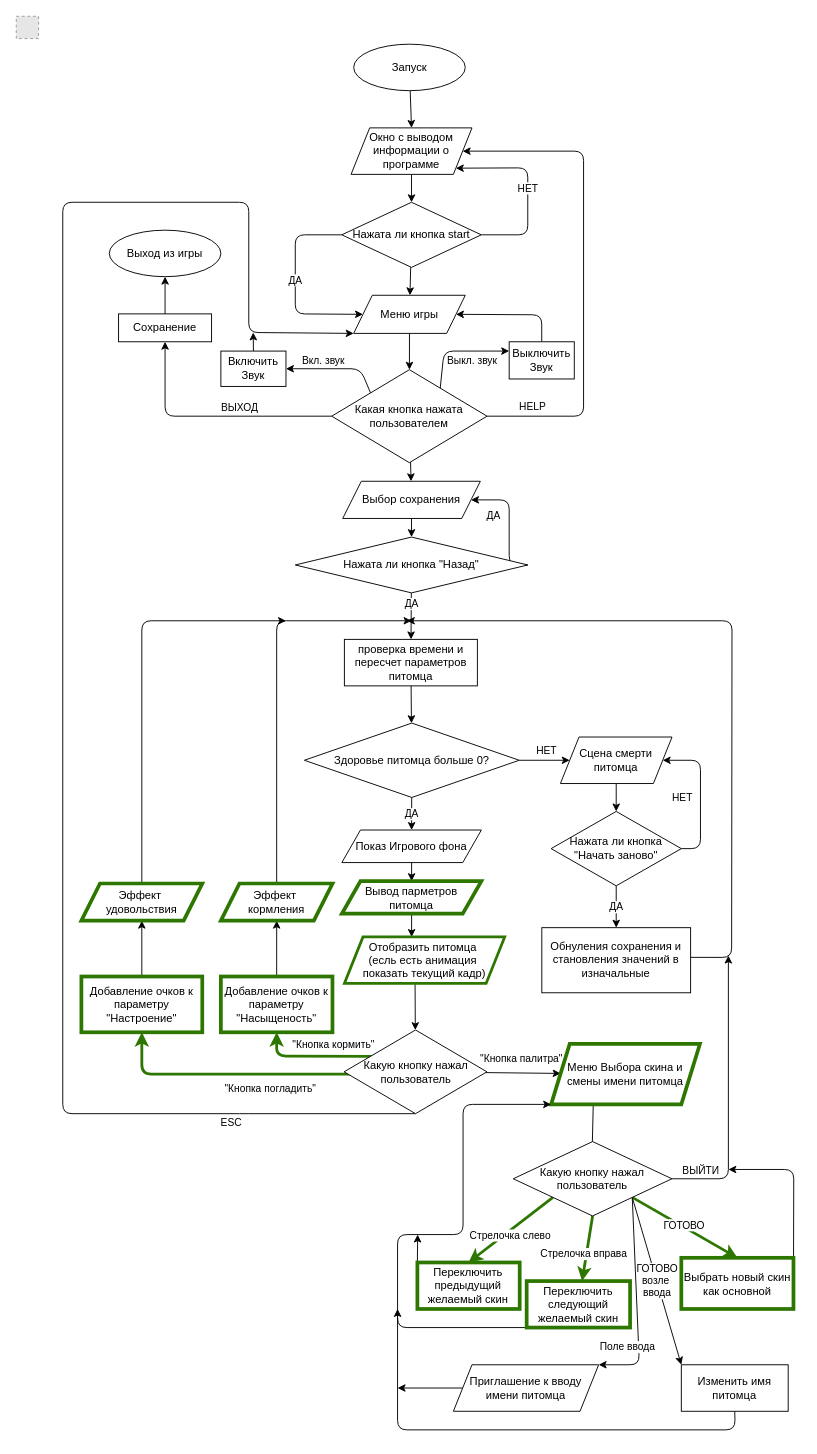
Ivan-proger/Tamagotchi_SDL2 keeps this draw.io diagram as shemes/functional(ivan).drawio. Above is the earlier version. Source tidied: cells renumbered, new cells numbered last; positions are measured from the earlier drawing's top-left corner, leaving out a move shared by most shapes. Both pictures are drawn from the tidied source at 93%, with x=0, y=0 at pixel (16, 16). Pictures stored in the file or linked from it are replaced by grey dashed boxes.
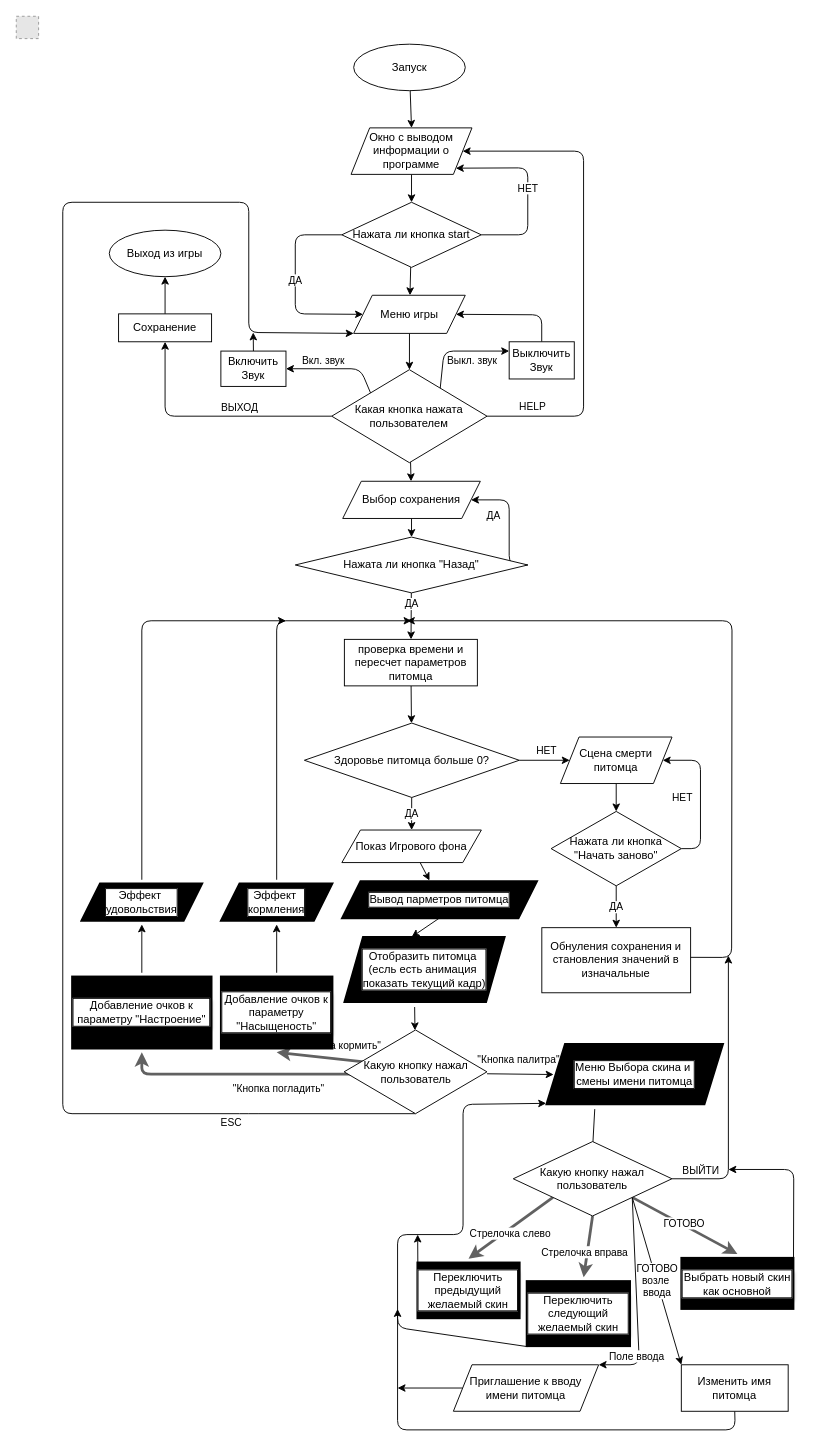
After the change.

The change refers to these unchanged cells:
```xml
<mxCell id="41" value="Показ Игрового фона" style="shape=parallelogram;perimeter=parallelogramPerimeter;whiteSpace=wrap;html=1;fixedSize=1;" parent="1" vertex="1">
  <mxGeometry x="350.1" y="875" width="150" height="35" as="geometry" />
</mxCell>
<mxCell id="51" value="Какую кнопку нажал пользователь" style="rhombus;whiteSpace=wrap;html=1;fontStyle=0;" parent="1" vertex="1">
  <mxGeometry x="352.5" y="1090" width="153.6" height="90" as="geometry" />
</mxCell>
<mxCell id="76" style="edgeStyle=none;html=1;exitX=1;exitY=1;exitDx=0;exitDy=0;entryX=1;entryY=0;entryDx=0;entryDy=0;" parent="1" edge="1" source="78" target="88">
  <mxGeometry relative="1" as="geometry">
    <Array as="points">
      <mxPoint x="670" y="1450" />
    </Array>
  </mxGeometry>
</mxCell>
<mxCell id="78" value="Какую кнопку нажал пользователь" style="rhombus;whiteSpace=wrap;html=1;" parent="1" vertex="1">
  <mxGeometry x="534.4" y="1210" width="170.6" height="80" as="geometry" />
</mxCell>
```

What changed in the source:
```diff
@@
-    <mxCell id="4" value="&quot;Кнопка погладить&quot;" style="edgeStyle=none;html=1;exitX=0;exitY=0.5;exitDx=0;exitDy=0;entryX=0.5;entryY=1;entryDx=0;entryDy=0;fillColor=#60a917;strokeColor=#2D7600;strokeWidth=3;" parent="1" edge="1" target="53">
+    <mxCell id="4" value="&quot;Кнопка погладить&quot;" style="edgeStyle=none;html=1;exitX=0;exitY=0.5;exitDx=0;exitDy=0;entryX=0.5;entryY=1;entryDx=0;entryDy=0;fillColor=#60a917;strokeColor=light-dark(#616161,#000000);strokeWidth=3;" parent="1" edge="1" target="53">
       <mxGeometry x="-0.17" y="15" relative="1" as="geometry">
         <mxPoint x="402.7" y="1137.5" as="sourcePoint" />
         <Array as="points">
           <mxPoint x="135" y="1137.5" />
         </Array>
       </mxGeometry>
     </mxCell>
@@
-    <mxCell id="40" style="edgeStyle=none;html=1;" parent="1" edge="1" source="41" target="43">
+    <mxCell id="40" style="edgeStyle=none;html=1;entryX=0.451;entryY=0.068;entryDx=0;entryDy=0;entryPerimeter=0;" parent="1" edge="1" source="41" target="43">
       <mxGeometry relative="1" as="geometry" />
     </mxCell>
@@
-    <mxCell id="42" style="edgeStyle=none;html=1;exitX=0.5;exitY=1;exitDx=0;exitDy=0;" parent="1" edge="1" source="43">
+    <mxCell id="42" style="edgeStyle=none;html=1;exitX=0.5;exitY=0.909;exitDx=0;exitDy=0;exitPerimeter=0;" parent="1" edge="1" source="43">
       <mxGeometry relative="1" as="geometry">
         <mxPoint x="425.1" y="990" as="targetPoint" />
       </mxGeometry>
     </mxCell>
-    <mxCell id="43" value="Вывод парметров питомца" style="shape=parallelogram;perimeter=parallelogramPerimeter;whiteSpace=wrap;html=1;fixedSize=1;fillColor=none;fontColor=light-dark(#000000,#000000);strokeColor=#2D7600;strokeWidth=4;rounded=0;shadow=0;" parent="1" vertex="1">
-      <mxGeometry x="350.1" y="930" width="150" height="35" as="geometry" />
+    <mxCell id="43" value="Вывод парметров питомца" style="shape=parallelogram;perimeter=parallelogramPerimeter;whiteSpace=wrap;html=1;fixedSize=1;strokeWidth=2;rounded=0;shadow=0;perimeterSpacing=4;fillStyle=zigzag-line;gradientColor=none;fillColor=light-dark(#9C9C9C,#3B3B3B);fontColor=light-dark(#000000,#000000);labelBackgroundColor=default;labelBorderColor=default;textShadow=1;" parent="1" vertex="1">
+      <mxGeometry x="350.1" y="930" width="209.9" height="40" as="geometry" />
     </mxCell>
@@
-    <mxCell id="45" value="Отобразить питомца &#10;(есль есть анимация &#10;показать текущий кадр)" style="shape=parallelogram;perimeter=parallelogramPerimeter;fixedSize=1;fontStyle=0;fillStyle=auto;fillColor=none;fontColor=light-dark(#000000,#000000);strokeColor=#2D7600;strokeWidth=3;perimeterSpacing=0;" parent="1" vertex="1">
-      <mxGeometry x="352.8" y="990" width="172.4" height="50" as="geometry" />
+    <mxCell id="45" value="Отобразить питомца&amp;nbsp;&lt;br&gt;(есль есть анимация&amp;nbsp;&lt;br&gt;показать текущий кадр)" style="shape=parallelogram;perimeter=parallelogramPerimeter;fixedSize=1;fontStyle=0;fillStyle=zigzag-line;strokeWidth=2;perimeterSpacing=4;shadow=0;rounded=0;gradientColor=none;fillColor=light-dark(#9C9C9C,#3B3B3B);fontColor=light-dark(#000000,#000000);labelBackgroundColor=default;labelBorderColor=default;textShadow=1;whiteSpace=wrap;html=1;" parent="1" vertex="1">
+      <mxGeometry x="352.8" y="990" width="172.4" height="70" as="geometry" />
     </mxCell>
-    <mxCell id="46" style="edgeStyle=none;html=1;exitX=0.195;exitY=0.315;exitDx=0;exitDy=0;entryX=0.5;entryY=1;entryDx=0;entryDy=0;exitPerimeter=0;fillColor=#60a917;strokeColor=#2D7600;strokeWidth=3;" parent="1" edge="1" source="51" target="55">
-      <mxGeometry relative="1" as="geometry">
-        <Array as="points">
-          <mxPoint x="280" y="1118" />
-        </Array>
-      </mxGeometry>
+    <mxCell id="46" style="edgeStyle=none;html=1;exitX=0.139;exitY=0.382;exitDx=0;exitDy=0;entryX=0.5;entryY=1;entryDx=0;entryDy=0;exitPerimeter=0;fillColor=#60a917;strokeColor=light-dark(#616161,#000000);strokeWidth=3;" parent="1" edge="1" source="51" target="55">
+      <mxGeometry relative="1" as="geometry" />
     </mxCell>
@@
-    <mxCell id="48" value="&quot;Кнопка палитра&quot;" style="edgeStyle=none;html=1;" parent="1" edge="1" source="51" target="66">
-      <mxGeometry x="-0.05" y="15" relative="1" as="geometry" />
+    <mxCell id="48" value="&quot;Кнопка палитра&quot;" style="edgeStyle=none;html=1;" parent="1" edge="1">
+      <mxGeometry x="-0.05" y="15" relative="1" as="geometry">
+        <mxPoint x="506.2" y="1137.1" as="sourcePoint" />
+        <mxPoint x="577.8" y="1137.9" as="targetPoint" />
+      </mxGeometry>
     </mxCell>
@@
-    <mxCell id="53" value="Добавление очков к параметру &quot;Настроение&quot;" style="rounded=0;whiteSpace=wrap;html=1;fillColor=none;fontColor=light-dark(#000000,#000000);strokeColor=#2D7600;perimeterSpacing=0;strokeWidth=4;" parent="1" vertex="1">
-      <mxGeometry x="70" y="1032.5" width="130" height="60" as="geometry" />
+    <mxCell id="53" value="Добавление очков к параметру &quot;Настроение&quot;" style="rounded=0;whiteSpace=wrap;html=1;perimeterSpacing=4;strokeWidth=2;shadow=0;fillStyle=zigzag-line;gradientColor=none;fillColor=light-dark(#9C9C9C,#3B3B3B);fontColor=light-dark(#000000,#000000);labelBackgroundColor=default;labelBorderColor=default;textShadow=1;" parent="1" vertex="1">
+      <mxGeometry x="60" y="1032.5" width="150" height="77.5" as="geometry" />
     </mxCell>
@@
-    <mxCell id="55" value="Добавление очков к параметру &quot;Насыщеность&quot;" style="rounded=0;fontColor=light-dark(#000000,#000000);textShadow=0;whiteSpace=wrap;fillColor=none;strokeColor=#2D7600;strokeWidth=4;html=1;glass=0;" parent="1" vertex="1">
-      <mxGeometry x="220" y="1032.5" width="120" height="60" as="geometry" />
+    <mxCell id="55" value="Добавление очков к параметру &quot;Насыщеность&quot;" style="rounded=0;textShadow=1;whiteSpace=wrap;strokeWidth=2;html=1;glass=0;shadow=0;perimeterSpacing=4;fillStyle=zigzag-line;gradientColor=none;fillColor=light-dark(#9C9C9C,#3B3B3B);fontColor=light-dark(#000000,#000000);labelBackgroundColor=default;labelBorderColor=default;" parent="1" vertex="1">
+      <mxGeometry x="220" y="1032.5" width="120" height="77.5" as="geometry" />
     </mxCell>
@@
-    <mxCell id="57" value="Эффект&amp;nbsp;&lt;br&gt;удовольствия" style="shape=parallelogram;perimeter=parallelogramPerimeter;whiteSpace=wrap;fixedSize=1;html=1;fillColor=none;fontColor=light-dark(#000000,#000000);strokeColor=#2D7600;perimeterSpacing=0;strokeWidth=4;" parent="1" vertex="1">
+    <mxCell id="57" value="Эффект&amp;nbsp;&lt;br&gt;удовольствия" style="shape=parallelogram;perimeter=parallelogramPerimeter;whiteSpace=wrap;fixedSize=1;html=1;perimeterSpacing=4;strokeWidth=2;shadow=0;rounded=0;fillStyle=zigzag-line;gradientColor=none;fillColor=light-dark(#9C9C9C,#3B3B3B);fontColor=light-dark(#000000,#000000);labelBackgroundColor=default;labelBorderColor=default;textShadow=1;" parent="1" vertex="1">
       <mxGeometry x="70" y="932.5" width="130" height="40" as="geometry" />
     </mxCell>
@@
-    <mxCell id="59" value="Эффект&amp;nbsp;&lt;br&gt;кормления" style="shape=parallelogram;perimeter=parallelogramPerimeter;fixedSize=1;whiteSpace=wrap;html=1;fillColor=none;fontColor=light-dark(#000000,#000000);strokeColor=#2D7600;perimeterSpacing=0;strokeWidth=4;" parent="1" vertex="1">
+    <mxCell id="59" value="Эффект&amp;nbsp;&lt;br&gt;кормления" style="shape=parallelogram;perimeter=parallelogramPerimeter;fixedSize=1;whiteSpace=wrap;html=1;perimeterSpacing=4;strokeWidth=2;shadow=0;rounded=0;fillStyle=zigzag-line;gradientColor=none;fillColor=light-dark(#9C9C9C,#3B3B3B);fontColor=light-dark(#000000,#000000);labelBackgroundColor=default;labelBorderColor=default;textShadow=1;" parent="1" vertex="1">
       <mxGeometry x="220" y="932.5" width="120" height="40" as="geometry" />
     </mxCell>
@@
-    <mxCell id="66" value="Меню Выбора скина и смены имени питомца" style="shape=parallelogram;perimeter=parallelogramPerimeter;whiteSpace=wrap;html=1;fixedSize=1;fillColor=none;fontColor=light-dark(#000000,#000000);strokeColor=#2D7600;strokeWidth=4;labelBackgroundColor=none;labelBorderColor=none;textShadow=0;" parent="1" vertex="1">
-      <mxGeometry x="575.1" y="1105" width="160" height="65" as="geometry" />
+    <mxCell id="66" value="Меню Выбора скина и&amp;nbsp;&lt;div&gt;смены имени питомца&lt;/div&gt;" style="shape=parallelogram;perimeter=parallelogramPerimeter;whiteSpace=wrap;html=1;fixedSize=1;strokeWidth=2;labelBackgroundColor=default;labelBorderColor=default;textShadow=1;shadow=0;rounded=0;perimeterSpacing=4;fillStyle=zigzag-line;gradientColor=none;fillColor=light-dark(#9C9C9C,#3B3B3B);fontColor=light-dark(#000000,#000000);" parent="1" vertex="1">
+      <mxGeometry x="570" y="1105" width="190" height="65" as="geometry" />
     </mxCell>
@@
-    <mxCell id="69" style="edgeStyle=none;html=1;exitX=0.5;exitY=1;exitDx=0;exitDy=0;fillColor=#60a917;strokeColor=#2D7600;fontColor=light-dark(#FFFFFF,#FFFFFF);strokeWidth=3;" parent="1" edge="1" source="78" target="80">
+    <mxCell id="69" style="edgeStyle=none;html=1;exitX=0.5;exitY=1;exitDx=0;exitDy=0;fillColor=#60a917;strokeColor=light-dark(#616161,#000000);fontColor=light-dark(#FFFFFF,#FFFFFF);strokeWidth=3;" parent="1" edge="1" source="78" target="80">
       <mxGeometry relative="1" as="geometry" />
     </mxCell>
@@
-    <mxCell id="71" style="edgeStyle=none;html=1;exitX=0;exitY=1;exitDx=0;exitDy=0;entryX=0.5;entryY=0;entryDx=0;entryDy=0;fillColor=#60a917;strokeColor=#2D7600;fontColor=light-dark(#FFFFFF,#FFFFFF);strokeWidth=3;" parent="1" edge="1" source="78" target="82">
+    <mxCell id="71" style="edgeStyle=none;html=1;exitX=0;exitY=1;exitDx=0;exitDy=0;entryX=0.5;entryY=0;entryDx=0;entryDy=0;fillColor=#60a917;strokeColor=light-dark(#616161,#000000);fontColor=light-dark(#FFFFFF,#FFFFFF);strokeWidth=3;" parent="1" edge="1" source="78" target="82">
       <mxGeometry relative="1" as="geometry" />
     </mxCell>
@@
-    <mxCell id="73" style="edgeStyle=none;html=1;exitX=1;exitY=1;exitDx=0;exitDy=0;entryX=0.5;entryY=0;entryDx=0;entryDy=0;fillColor=#60a917;strokeColor=#2D7600;fontColor=light-dark(#FFFFFF,#FFFFFF);strokeWidth=3;" parent="1" edge="1" source="78" target="84">
+    <mxCell id="73" style="edgeStyle=none;html=1;exitX=1;exitY=1;exitDx=0;exitDy=0;entryX=0.5;entryY=0;entryDx=0;entryDy=0;fillColor=#60a917;strokeColor=light-dark(#616161,#000000);fontColor=light-dark(#FFFFFF,#FFFFFF);strokeWidth=3;" parent="1" edge="1" source="78" target="84">
       <mxGeometry relative="1" as="geometry" />
     </mxCell>
@@
     <mxCell id="77" value="Поле ввода" style="edgeLabel;html=1;align=center;verticalAlign=middle;" parent="76" vertex="1">
       <mxGeometry x="0.78" y="-2" relative="1" as="geometry">
-        <mxPoint x="5" y="-18" as="offset" />
+        <mxPoint x="15" y="-8" as="offset" />
       </mxGeometry>
     </mxCell>
@@
-    <mxCell id="79" style="edgeStyle=none;html=1;exitX=0;exitY=1;exitDx=0;exitDy=0;entryX=0;entryY=1;entryDx=0;entryDy=0;" parent="1" edge="1" source="80" target="66">
+    <mxCell id="79" style="edgeStyle=none;html=1;entryX=0.019;entryY=0.93;entryDx=0;entryDy=0;exitX=0.04;exitY=0.955;exitDx=0;exitDy=0;exitPerimeter=0;entryPerimeter=0;" parent="1" edge="1" source="80" target="66">
       <mxGeometry relative="1" as="geometry">
         <Array as="points">
           <mxPoint x="410" y="1410" />
           <mxPoint x="410" y="1310" />
           <mxPoint x="480.4" y="1310" />
           <mxPoint x="480.4" y="1170" />
         </Array>
       </mxGeometry>
     </mxCell>
-    <mxCell id="80" value="Переключить следующий желаемый скин" style="whiteSpace=wrap;html=1;fillColor=none;fontColor=light-dark(#000000,#000000);strokeColor=#2D7600;strokeWidth=4;" parent="1" vertex="1">
-      <mxGeometry x="548.8" y="1360" width="111.2" height="50" as="geometry" />
+    <mxCell id="80" value="Переключить следующий желаемый скин" style="whiteSpace=wrap;html=1;strokeWidth=2;shadow=0;rounded=0;perimeterSpacing=4;fillStyle=zigzag-line;gradientColor=none;fillColor=light-dark(#9C9C9C,#3B3B3B);fontColor=light-dark(#000000,#000000);labelBackgroundColor=default;labelBorderColor=default;textShadow=1;" parent="1" vertex="1">
+      <mxGeometry x="548.8" y="1360" width="111.2" height="70" as="geometry" />
     </mxCell>
-    <mxCell id="81" style="edgeStyle=none;html=1;exitX=0;exitY=0;exitDx=0;exitDy=0;" parent="1" edge="1" source="82">
+    <mxCell id="81" style="edgeStyle=none;html=1;exitX=0.038;exitY=0.071;exitDx=0;exitDy=0;exitPerimeter=0;" parent="1" edge="1" source="82">
       <mxGeometry relative="1" as="geometry">
         <mxPoint x="431.6" y="1310" as="targetPoint" />
       </mxGeometry>
     </mxCell>
-    <mxCell id="82" value="Переключить предыдущий желаемый скин" style="rounded=0;glass=0;whiteSpace=wrap;html=1;fillColor=none;fontColor=light-dark(#000000,#000000);strokeColor=#2D7600;strokeWidth=4;" parent="1" vertex="1">
-      <mxGeometry x="431.3" y="1340" width="110" height="50" as="geometry" />
+    <mxCell id="82" value="Переключить предыдущий желаемый скин" style="rounded=0;glass=0;whiteSpace=wrap;html=1;strokeWidth=2;shadow=0;perimeterSpacing=4;fillStyle=zigzag-line;gradientColor=none;fillColor=light-dark(#9C9C9C,#3B3B3B);fontColor=light-dark(#000000,#000000);labelBackgroundColor=default;labelBorderColor=default;textShadow=1;" parent="1" vertex="1">
+      <mxGeometry x="431.3" y="1340" width="110" height="60" as="geometry" />
     </mxCell>
-    <mxCell id="83" style="edgeStyle=none;html=1;exitX=1;exitY=0.5;exitDx=0;exitDy=0;" parent="1" edge="1" source="84">
+    <mxCell id="83" style="edgeStyle=none;html=1;exitX=0.969;exitY=0.111;exitDx=0;exitDy=0;exitPerimeter=0;" parent="1" edge="1" source="84">
       <mxGeometry relative="1" as="geometry">
         <mxPoint x="765.7" y="1240" as="targetPoint" />
         <Array as="points">
           <mxPoint x="836" y="1240" />
         </Array>
       </mxGeometry>
     </mxCell>
-    <mxCell id="84" value="Выбрать новый скин как основной" style="rounded=0;whiteSpace=wrap;html=1;fillColor=none;fontColor=light-dark(#000000,#000000);strokeColor=#2D7600;strokeWidth=4;" parent="1" vertex="1">
+    <mxCell id="84" value="Выбрать новый скин как основной" style="rounded=0;whiteSpace=wrap;html=1;strokeWidth=2;shadow=0;perimeterSpacing=4;fillStyle=zigzag-line;gradientColor=none;fillColor=light-dark(#9C9C9C,#3B3B3B);fontColor=light-dark(#000000,#000000);labelBackgroundColor=default;labelBorderColor=default;textShadow=1;" parent="1" vertex="1">
       <mxGeometry x="715.1" y="1335" width="120.6" height="55" as="geometry" />
     </mxCell>
```
